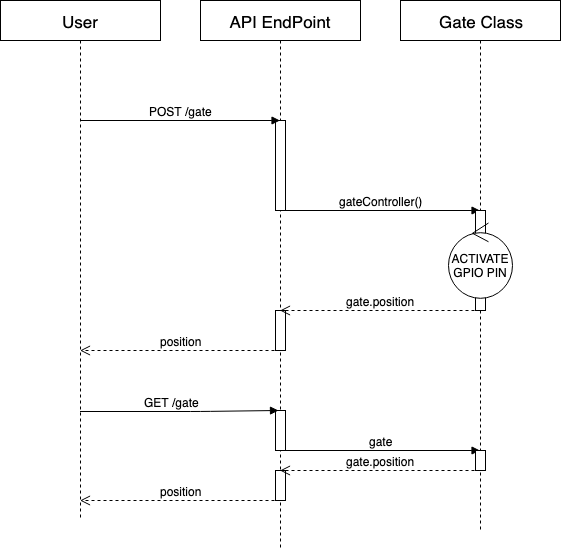
The draw.io diagram readmepi/GateServer-Sequence-Diagram.png in MikeYEG/Smart-driveway-gate, before a commit. Source tidied: cells renumbered, new cells last; positions are measured from the earlier drawing's top-left corner, leaving out a move shared by most shapes.
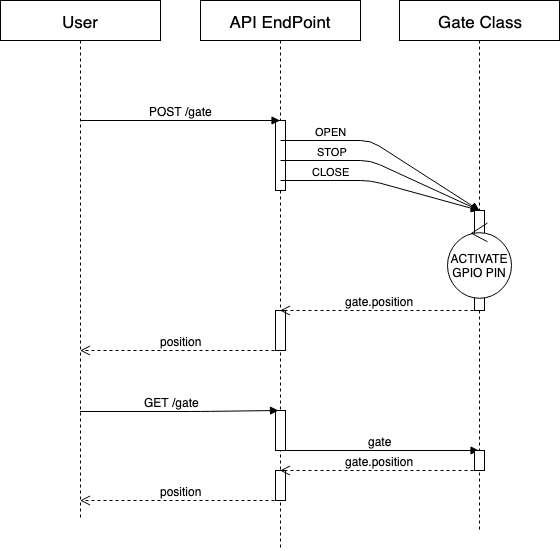
After the change.

What changed in the source:
```diff
@@ -6,16 +6,11 @@
       <mxGeometry x="200" width="160" height="550" as="geometry" />
     </mxCell>
     <mxCell id="3" style="html=1;perimeter=orthogonalPerimeter;fontSize=17;" parent="2" vertex="1">
-      <mxGeometry x="75" y="120" width="10" height="90" as="geometry" />
+      <mxGeometry x="75" y="120" width="10" height="70" as="geometry" />
     </mxCell>
     <mxCell id="4" style="html=1;points=[];perimeter=orthogonalPerimeter;fontSize=12;" parent="2" vertex="1">
       <mxGeometry x="75" y="410" width="10" height="40" as="geometry" />
     </mxCell>
-    <mxCell id="5" value="gateController()" style="html=1;verticalAlign=bottom;endArrow=block;fontSize=12;" parent="2" edge="1" target="11">
-      <mxGeometry relative="1" as="geometry">
-        <mxPoint x="80" y="210" as="sourcePoint" />
-      </mxGeometry>
-    </mxCell>
     <mxCell id="6" style="html=1;perimeter=orthogonalPerimeter;fontSize=12;" parent="2" vertex="1">
       <mxGeometry x="75" y="310" width="10" height="40" as="geometry" />
     </mxCell>
@@ -37,8 +32,32 @@
     <mxCell id="10" style="html=1;perimeter=orthogonalPerimeter;fontSize=12;" parent="2" vertex="1">
       <mxGeometry x="75" y="470" width="10" height="30" as="geometry" />
     </mxCell>
+    <mxCell id="20" value="OPEN" style="html=1;verticalAlign=bottom;endArrow=block;entryX=0.5;entryY=0;entryDx=0;entryDy=0;entryPerimeter=0;" parent="2" edge="1" target="12">
+      <mxGeometry x="-0.55" relative="1" as="geometry">
+        <mxPoint x="80" y="140" as="sourcePoint" />
+        <Array as="points">
+          <mxPoint x="170" y="140" />
+        </Array>
+      </mxGeometry>
+    </mxCell>
+    <mxCell id="21" value="STOP&lt;br&gt;" style="html=1;verticalAlign=bottom;endArrow=block;entryX=0.5;entryY=0;entryDx=0;entryDy=0;entryPerimeter=0;" parent="2" edge="1" target="12">
+      <mxGeometry x="-0.5" relative="1" as="geometry">
+        <mxPoint x="80" y="160" as="sourcePoint" />
+        <Array as="points">
+          <mxPoint x="170" y="160" />
+        </Array>
+      </mxGeometry>
+    </mxCell>
+    <mxCell id="22" value="CLOSE&lt;br&gt;" style="html=1;verticalAlign=bottom;endArrow=block;entryX=0.5;entryY=0;entryDx=0;entryDy=0;entryPerimeter=0;" parent="2" edge="1" target="12">
+      <mxGeometry x="-0.51" relative="1" as="geometry">
+        <mxPoint x="80" y="180" as="sourcePoint" />
+        <Array as="points">
+          <mxPoint x="170" y="180" />
+        </Array>
+      </mxGeometry>
+    </mxCell>
     <mxCell id="11" value="Gate Class" style="shape=umlLifeline;perimeter=lifelinePerimeter;whiteSpace=wrap;html=1;outlineConnect=0;fontSize=17;" parent="1" vertex="1">
-      <mxGeometry x="400" width="160" height="530" as="geometry" />
+      <mxGeometry x="399" width="160" height="530" as="geometry" />
     </mxCell>
     <mxCell id="12" style="html=1;points=[];perimeter=orthogonalPerimeter;fontSize=12;" parent="11" vertex="1">
       <mxGeometry x="75" y="210" width="10" height="100" as="geometry" />
```
